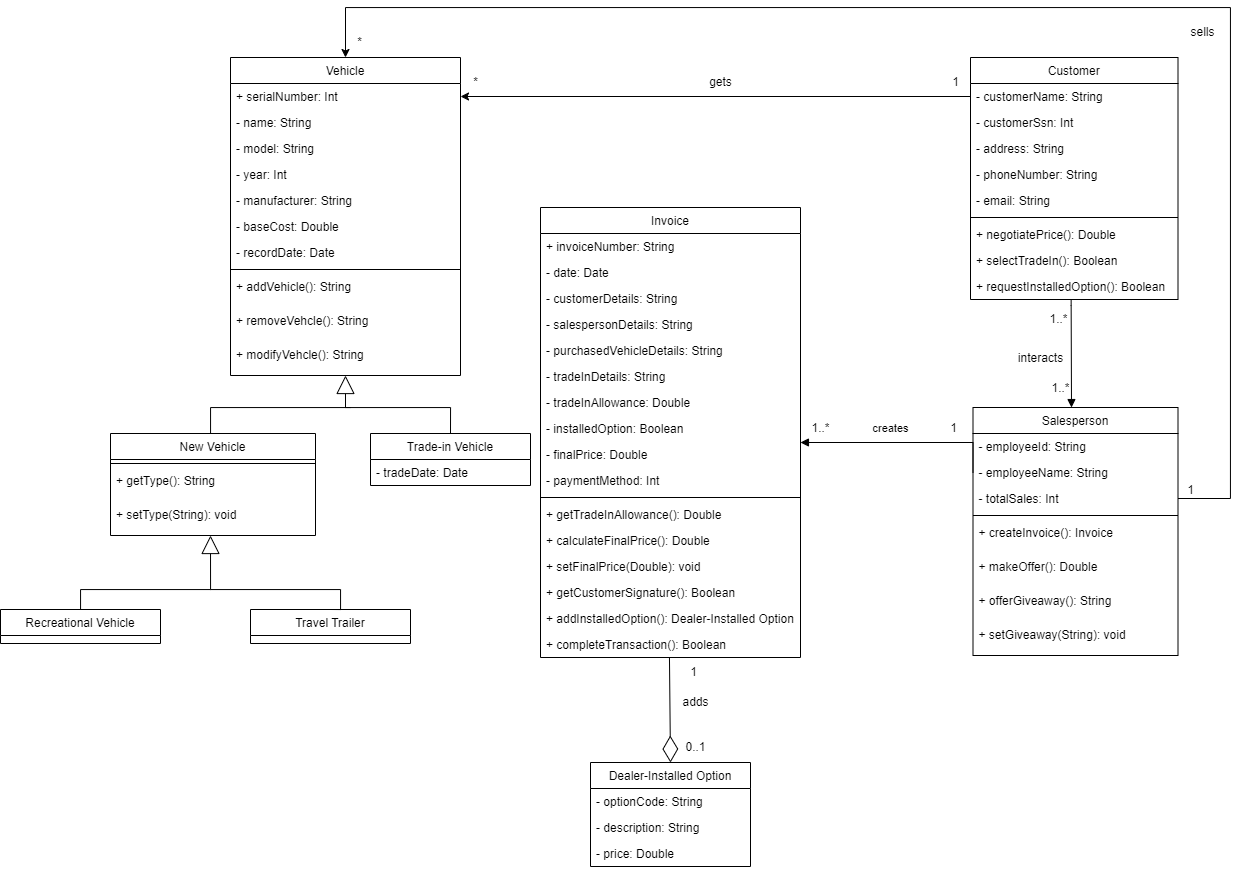
Earlier version of the draw.io export holiday_travel_vehicles.drawio.png (LarryChenCode/IS7020_diagrams). Source tidied: cells renumbered, new cells last; positions are measured from the earlier drawing's top-left corner, leaving out a move shared by most shapes.
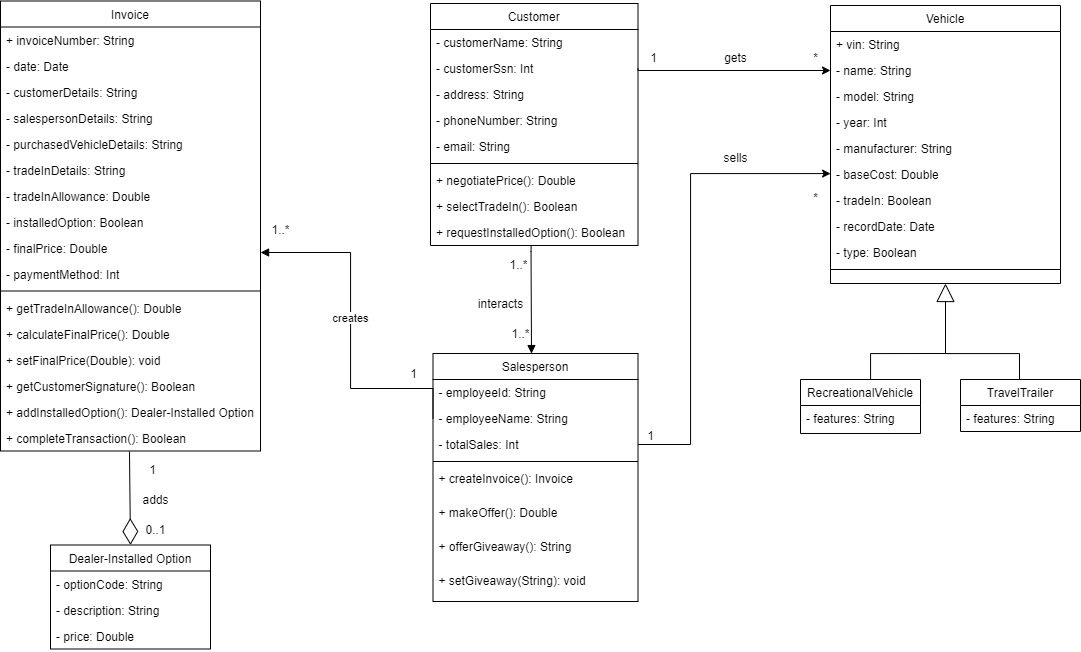
After the commit.

Change to the diagram source:
```diff
@@ -1,11 +1,11 @@
-<mxGraphModel>
+<mxGraphModel background="#FFFFFF">
   <root>
     <mxCell id="0" />
     <mxCell id="1" parent="0" />
     <mxCell id="2" value="Vehicle" style="swimlane;fontStyle=0;align=center;verticalAlign=top;horizontal=1;startSize=26;rounded=0;shadow=0;strokeWidth=1;" parent="1" vertex="1">
-      <mxGeometry x="230" y="50" width="230" height="318" as="geometry" />
+      <mxGeometry x="1370" y="52" width="230" height="278" as="geometry" />
     </mxCell>
-    <mxCell id="3" value="+ serialNumber: Int" style="text;align=left;verticalAlign=top;spacingLeft=4;spacingRight=4;overflow=hidden;points=[[0,0.5],[1,0.5]];portConstraint=eastwest;" parent="2" vertex="1">
+    <mxCell id="3" value="+ vin: String" style="text;align=left;verticalAlign=top;spacingLeft=4;spacingRight=4;overflow=hidden;points=[[0,0.5],[1,0.5]];portConstraint=eastwest;" parent="2" vertex="1">
       <mxGeometry y="26" width="230" height="26" as="geometry" />
     </mxCell>
     <mxCell id="4" value="- name: String" style="text;align=left;verticalAlign=top;spacingLeft=4;spacingRight=4;overflow=hidden;points=[[0,0.5],[1,0.5]];portConstraint=eastwest;rounded=0;shadow=0;html=0;" parent="2" vertex="1">
@@ -23,27 +23,23 @@
     <mxCell id="8" value="- baseCost: Double" style="text;align=left;verticalAlign=top;spacingLeft=4;spacingRight=4;overflow=hidden;points=[[0,0.5],[1,0.5]];portConstraint=eastwest;rounded=0;shadow=0;html=0;" parent="2" vertex="1">
       <mxGeometry y="156" width="230" height="26" as="geometry" />
     </mxCell>
+    <mxCell id="87" value="- tradeIn: Boolean" style="text;align=left;verticalAlign=top;spacingLeft=4;spacingRight=4;overflow=hidden;rounded=0;shadow=0;html=0;" parent="2" vertex="1">
+      <mxGeometry y="182" width="230" height="26" as="geometry" />
+    </mxCell>
     <mxCell id="9" value="- recordDate: Date" style="text;align=left;verticalAlign=top;spacingLeft=4;spacingRight=4;overflow=hidden;rounded=0;shadow=0;html=0;" parent="2" vertex="1">
-      <mxGeometry y="182" width="230" height="26" as="geometry" />
+      <mxGeometry y="208" width="230" height="26" as="geometry" />
     </mxCell>
+    <mxCell id="88" value="- type: Boolean" style="text;align=left;verticalAlign=top;spacingLeft=4;spacingRight=4;overflow=hidden;rounded=0;shadow=0;html=0;" parent="2" vertex="1">
+      <mxGeometry y="234" width="230" height="26" as="geometry" />
+    </mxCell>
     <mxCell id="10" style="line;html=1;strokeWidth=1;align=left;verticalAlign=middle;spacingTop=-1;spacingLeft=3;spacingRight=3;labelPosition=right;" parent="2" vertex="1">
-      <mxGeometry y="208" width="230" height="8" as="geometry" />
+      <mxGeometry y="260" width="230" height="8" as="geometry" />
     </mxCell>
-    <mxCell id="11" value="+ addVehicle(): String" style="text;align=left;verticalAlign=top;spacingLeft=4;spacingRight=4;overflow=hidden;fontStyle=0;" parent="2" vertex="1">
-      <mxGeometry y="216" width="230" height="34" as="geometry" />
-    </mxCell>
-    <mxCell id="12" value="+ removeVehcle(): String" style="text;align=left;verticalAlign=top;spacingLeft=4;spacingRight=4;overflow=hidden;fontStyle=0;" parent="2" vertex="1">
-      <mxGeometry y="250" width="230" height="34" as="geometry" />
-    </mxCell>
-    <mxCell id="13" value="+ modifyVehcle(): String" style="text;align=left;verticalAlign=top;spacingLeft=4;spacingRight=4;overflow=hidden;fontStyle=0;" parent="2" vertex="1">
-      <mxGeometry y="284" width="230" height="34" as="geometry" />
-    </mxCell>
-    <mxCell id="14" style="edgeStyle=orthogonalEdgeStyle;rounded=0;jettySize=auto;html=1;entryX=0.5;entryY=0;entryDx=0;entryDy=0;exitX=1;exitY=0.5;exitDx=0;exitDy=0;" parent="1" edge="1" source="18" target="2">
+    <mxCell id="14" style="edgeStyle=orthogonalEdgeStyle;rounded=0;jettySize=auto;html=1;exitX=1;exitY=0.5;exitDx=0;exitDy=0;entryX=0;entryY=0.5;entryDx=0;entryDy=0;" parent="1" edge="1" source="18" target="8">
       <mxGeometry relative="1" as="geometry">
         <Array as="points">
           <mxPoint x="1230" y="491" />
-          <mxPoint x="1230" />
-          <mxPoint x="345" />
+          <mxPoint x="1230" y="220" />
         </Array>
       </mxGeometry>
     </mxCell>
@@ -75,7 +71,7 @@
       <mxGeometry y="214" width="205" height="34" as="geometry" />
     </mxCell>
     <mxCell id="24" value="Invoice" style="swimlane;fontStyle=0;align=center;verticalAlign=top;horizontal=1;startSize=26;rounded=0;shadow=0;strokeWidth=1;" parent="1" vertex="1">
-      <mxGeometry x="540" y="200" width="260" height="450" as="geometry" />
+      <mxGeometry x="540" y="47.5" width="260" height="450" as="geometry" />
     </mxCell>
     <mxCell id="25" value="+ invoiceNumber: String" style="text;align=left;verticalAlign=top;spacingLeft=4;spacingRight=4;overflow=hidden;" parent="24" vertex="1">
       <mxGeometry y="26" width="260" height="26" as="geometry" />
@@ -128,10 +124,10 @@
     <mxCell id="41" value="+ completeTransaction(): Boolean" style="text;align=left;verticalAlign=top;spacingLeft=4;spacingRight=4;overflow=hidden;points=[[0,0.5],[1,0.5]];portConstraint=eastwest;" parent="24" vertex="1">
       <mxGeometry y="424" width="260" height="26" as="geometry" />
     </mxCell>
-    <mxCell id="42" style="edgeStyle=orthogonalEdgeStyle;rounded=0;jettySize=auto;html=1;entryX=1;entryY=0.5;entryDx=0;entryDy=0;exitX=0;exitY=0.5;exitDx=0;exitDy=0;" parent="1" edge="1" source="44" target="3">
+    <mxCell id="42" style="edgeStyle=orthogonalEdgeStyle;rounded=0;jettySize=auto;html=1;exitX=1;exitY=0.5;exitDx=0;exitDy=0;entryX=0;entryY=0.5;entryDx=0;entryDy=0;" parent="1" edge="1" source="45" target="4">
       <mxGeometry relative="1" as="geometry">
         <Array as="points">
-          <mxPoint x="970" y="89" />
+          <mxPoint x="1178" y="117" />
         </Array>
       </mxGeometry>
     </mxCell>
@@ -166,7 +162,7 @@
       <mxGeometry y="216" width="207.5" height="26" as="geometry" />
     </mxCell>
     <mxCell id="53" value="Dealer-Installed Option" style="swimlane;fontStyle=0;align=center;verticalAlign=top;horizontal=1;startSize=26;rounded=0;shadow=0;strokeWidth=1;" parent="1" vertex="1">
-      <mxGeometry x="590" y="755" width="160" height="104" as="geometry" />
+      <mxGeometry x="590" y="591.5" width="160" height="104" as="geometry" />
     </mxCell>
     <mxCell id="54" value="- optionCode: String" style="text;align=left;verticalAlign=top;spacingLeft=4;spacingRight=4;overflow=hidden;" parent="53" vertex="1">
       <mxGeometry y="26" width="160" height="26" as="geometry" />
@@ -192,79 +188,44 @@
     </mxCell>
     <mxCell id="59" style="endArrow=block;endFill=1;html=1;edgeStyle=orthogonalEdgeStyle;align=left;verticalAlign=top;rounded=0;exitX=0;exitY=0.5;exitDx=0;exitDy=0;" parent="1" edge="1" source="17">
       <mxGeometry x="-0.09" y="5" relative="1" as="geometry">
-        <mxPoint x="800" y="435" as="targetPoint" />
+        <mxPoint x="800" y="300" as="targetPoint" />
         <Array as="points">
           <mxPoint x="973" y="435" />
-          <mxPoint x="800" y="435" />
+          <mxPoint x="890" y="435" />
+          <mxPoint x="890" y="299" />
+          <mxPoint x="800" y="299" />
         </Array>
       </mxGeometry>
     </mxCell>
     <mxCell id="60" value="1..*" style="text;html=1;align=center;verticalAlign=middle;strokeColor=none;fillColor=none;" parent="1" vertex="1">
-      <mxGeometry x="800" y="406" width="40" height="30" as="geometry" />
+      <mxGeometry x="800" y="262.5" width="40" height="30" as="geometry" />
     </mxCell>
-    <mxCell id="61" style="endArrow=block;endSize=16;endFill=0;html=1;rounded=0;exitX=0.5;exitY=0;exitDx=0;exitDy=0;edgeStyle=orthogonalEdgeStyle;entryX=0.5;entryY=1;entryDx=0;entryDy=0;" parent="1" edge="1" source="62" target="2">
+    <mxCell id="61" style="endArrow=block;endSize=16;endFill=0;html=1;rounded=0;exitX=0.328;exitY=0.008;exitDx=0;exitDy=0;edgeStyle=orthogonalEdgeStyle;entryX=0.5;entryY=1;entryDx=0;entryDy=0;exitPerimeter=0;" parent="1" edge="1" source="90" target="2">
       <mxGeometry relative="1" as="geometry">
         <Array as="points">
-          <mxPoint x="450" y="400" />
-          <mxPoint x="345" y="400" />
+          <mxPoint x="1559" y="426" />
+          <mxPoint x="1559" y="400" />
+          <mxPoint x="1485" y="400" />
         </Array>
       </mxGeometry>
     </mxCell>
-    <mxCell id="62" value="Trade-in Vehicle" style="swimlane;fontStyle=0;align=center;verticalAlign=top;horizontal=1;startSize=26;rounded=0;shadow=0;strokeWidth=1;" parent="1" vertex="1">
-      <mxGeometry x="370" y="426" width="160" height="52" as="geometry" />
-    </mxCell>
-    <mxCell id="63" value="- tradeDate: Date" style="text;align=left;verticalAlign=top;spacingLeft=4;spacingRight=4;overflow=hidden;rounded=0;shadow=0;html=0;" parent="62" vertex="1">
-      <mxGeometry y="26" width="160" height="26" as="geometry" />
-    </mxCell>
-    <mxCell id="64" style="endArrow=none;html=1;edgeStyle=orthogonalEdgeStyle;rounded=0;exitX=0.5;exitY=0;exitDx=0;exitDy=0;" parent="1" edge="1" source="66">
+    <mxCell id="64" style="endArrow=none;html=1;edgeStyle=orthogonalEdgeStyle;rounded=0;exitX=0.75;exitY=0;exitDx=0;exitDy=0;" parent="1" edge="1" source="66">
       <mxGeometry relative="1" as="geometry">
-        <mxPoint x="350" y="400" as="targetPoint" />
+        <mxPoint x="1490" y="400" as="targetPoint" />
         <Array as="points">
-          <mxPoint x="210" y="426" />
-          <mxPoint x="210" y="400" />
-          <mxPoint x="350" y="400" />
+          <mxPoint x="1410" y="400" />
         </Array>
       </mxGeometry>
     </mxCell>
     <mxCell id="65" value="1" style="text;html=1;align=center;verticalAlign=middle;strokeColor=none;fillColor=none;" parent="1" vertex="1">
-      <mxGeometry x="940" y="60" width="30" height="30" as="geometry" />
+      <mxGeometry x="1177.5" y="90" width="30" height="30" as="geometry" />
     </mxCell>
-    <mxCell id="66" value="New Vehicle" style="swimlane;fontStyle=0;align=center;verticalAlign=top;horizontal=1;startSize=26;rounded=0;shadow=0;strokeWidth=1;" parent="1" vertex="1">
-      <mxGeometry x="110" y="426" width="205" height="102" as="geometry" />
+    <mxCell id="66" value="RecreationalVehicle" style="swimlane;fontStyle=0;align=center;verticalAlign=top;horizontal=1;startSize=26;rounded=0;shadow=0;strokeWidth=1;" parent="1" vertex="1">
+      <mxGeometry x="1340" y="426" width="120" height="54" as="geometry" />
     </mxCell>
-    <mxCell id="67" style="line;html=1;strokeWidth=1;align=left;verticalAlign=middle;spacingTop=-1;spacingLeft=3;spacingRight=3;labelPosition=right;" parent="66" vertex="1">
-      <mxGeometry y="26" width="205" height="8" as="geometry" />
-    </mxCell>
-    <mxCell id="68" value="+ getType(): String" style="text;align=left;verticalAlign=top;spacingLeft=4;spacingRight=4;overflow=hidden;fontStyle=0;" parent="66" vertex="1">
-      <mxGeometry y="34" width="205" height="34" as="geometry" />
-    </mxCell>
-    <mxCell id="69" value="+ setType(String): void" style="text;align=left;verticalAlign=top;spacingLeft=4;spacingRight=4;overflow=hidden;fontStyle=0;" parent="66" vertex="1">
-      <mxGeometry y="68" width="205" height="34" as="geometry" />
-    </mxCell>
-    <mxCell id="70" value="Recreational Vehicle" style="swimlane;fontStyle=0;align=center;verticalAlign=top;horizontal=1;startSize=26;rounded=0;shadow=0;strokeWidth=1;" parent="1" vertex="1">
-      <mxGeometry y="602" width="160" height="34" as="geometry" />
-    </mxCell>
-    <mxCell id="71" value="Travel Trailer" style="swimlane;fontStyle=0;align=center;verticalAlign=top;horizontal=1;startSize=26;rounded=0;shadow=0;strokeWidth=1;" parent="1" vertex="1">
-      <mxGeometry x="250" y="602" width="160" height="34" as="geometry" />
-    </mxCell>
-    <mxCell id="72" style="endArrow=block;endSize=16;endFill=0;html=1;rounded=0;entryX=0.5;entryY=1;entryDx=0;entryDy=0;edgeStyle=orthogonalEdgeStyle;exitX=0.5;exitY=0;exitDx=0;exitDy=0;" parent="1" edge="1" source="71">
-      <mxGeometry relative="1" as="geometry">
-        <mxPoint x="210" y="528" as="targetPoint" />
-        <Array as="points">
-          <mxPoint x="340" y="582" />
-          <mxPoint x="210" y="582" />
-        </Array>
-      </mxGeometry>
-    </mxCell>
-    <mxCell id="73" style="endArrow=none;html=1;edgeStyle=orthogonalEdgeStyle;rounded=0;" parent="1" edge="1" source="70">
-      <mxGeometry relative="1" as="geometry">
-        <mxPoint x="210" y="582" as="targetPoint" />
-        <Array as="points">
-          <mxPoint x="80" y="582" />
-          <mxPoint x="210" y="582" />
-        </Array>
-      </mxGeometry>
-    </mxCell>
+    <mxCell id="89" value="- features: String" style="text;align=left;verticalAlign=top;spacingLeft=4;spacingRight=4;overflow=hidden;rounded=0;shadow=0;html=0;" parent="66" vertex="1">
+      <mxGeometry y="26" width="120" height="26" as="geometry" />
+    </mxCell>
     <mxCell id="74" style="endArrow=diamondThin;endFill=0;endSize=24;html=1;rounded=0;entryX=0.5;entryY=0;entryDx=0;entryDy=0;exitX=0.496;exitY=1.018;exitDx=0;exitDy=0;exitPerimeter=0;" parent="1" edge="1" source="41" target="53">
       <mxGeometry relative="1" as="geometry" />
     </mxCell>
@@ -272,19 +233,19 @@
       <mxGeometry x="1038" y="297" width="40" height="30" as="geometry" />
     </mxCell>
     <mxCell id="76" value="1" style="text;html=1;align=center;verticalAlign=middle;strokeColor=none;fillColor=none;" parent="1" vertex="1">
-      <mxGeometry x="678" y="650" width="30" height="30" as="geometry" />
+      <mxGeometry x="677" y="501.5" width="30" height="30" as="geometry" />
     </mxCell>
     <mxCell id="77" value="0..1" style="text;html=1;align=center;verticalAlign=middle;strokeColor=none;fillColor=none;" parent="1" vertex="1">
-      <mxGeometry x="675" y="725" width="40" height="30" as="geometry" />
+      <mxGeometry x="675" y="561.5" width="40" height="30" as="geometry" />
     </mxCell>
     <mxCell id="78" value="adds" style="text;html=1;align=center;verticalAlign=middle;strokeColor=none;fillColor=none;" parent="1" vertex="1">
-      <mxGeometry x="670" y="680" width="50" height="30" as="geometry" />
+      <mxGeometry x="670" y="531.5" width="50" height="30" as="geometry" />
     </mxCell>
     <mxCell id="79" value="*" style="text;html=1;align=center;verticalAlign=middle;strokeColor=none;fillColor=none;" parent="1" vertex="1">
-      <mxGeometry x="460" y="60" width="30" height="30" as="geometry" />
+      <mxGeometry x="1340" y="90" width="30" height="30" as="geometry" />
     </mxCell>
     <mxCell id="80" value="gets" style="text;html=1;align=center;verticalAlign=middle;strokeColor=none;fillColor=none;" parent="1" vertex="1">
-      <mxGeometry x="695" y="60" width="50" height="30" as="geometry" />
+      <mxGeometry x="1250" y="90" width="50" height="30" as="geometry" />
     </mxCell>
     <mxCell id="81" value="interacts" style="text;html=1;align=center;verticalAlign=middle;strokeColor=none;fillColor=none;" parent="1" vertex="1">
       <mxGeometry x="1005" y="336" width="70" height="30" as="geometry" />
@@ -293,16 +254,22 @@
       <mxGeometry x="938" y="406" width="30" height="30" as="geometry" />
     </mxCell>
     <mxCell id="83" value="&lt;span style=&quot;font-size: 11px; text-align: left; background-color: rgb(255, 255, 255);&quot;&gt;creates&lt;/span&gt;" style="text;html=1;align=center;verticalAlign=middle;strokeColor=none;fillColor=none;" parent="1" vertex="1">
-      <mxGeometry x="860" y="406" width="60" height="30" as="geometry" />
+      <mxGeometry x="860" y="350" width="60" height="30" as="geometry" />
     </mxCell>
     <mxCell id="84" value="sells" style="text;html=1;align=center;verticalAlign=middle;strokeColor=none;fillColor=none;" parent="1" vertex="1">
-      <mxGeometry x="1177" y="10" width="50" height="30" as="geometry" />
+      <mxGeometry x="1250" y="190" width="50" height="30" as="geometry" />
     </mxCell>
     <mxCell id="85" value="1" style="text;html=1;align=center;verticalAlign=middle;strokeColor=none;fillColor=none;" parent="1" vertex="1">
       <mxGeometry x="1175" y="468" width="30" height="30" as="geometry" />
     </mxCell>
     <mxCell id="86" value="*" style="text;html=1;align=center;verticalAlign=middle;strokeColor=none;fillColor=none;" parent="1" vertex="1">
-      <mxGeometry x="344" y="20" width="30" height="30" as="geometry" />
+      <mxGeometry x="1340" y="230" width="30" height="30" as="geometry" />
     </mxCell>
+    <mxCell id="90" value="TravelTrailer" style="swimlane;fontStyle=0;align=center;verticalAlign=top;horizontal=1;startSize=26;rounded=0;shadow=0;strokeWidth=1;" parent="1" vertex="1">
+      <mxGeometry x="1500" y="426" width="120" height="52" as="geometry" />
+    </mxCell>
+    <mxCell id="91" value="- features: String" style="text;align=left;verticalAlign=top;spacingLeft=4;spacingRight=4;overflow=hidden;rounded=0;shadow=0;html=0;" parent="90" vertex="1">
+      <mxGeometry y="26" width="120" height="26" as="geometry" />
+    </mxCell>
   </root>
 </mxGraphModel>
```
